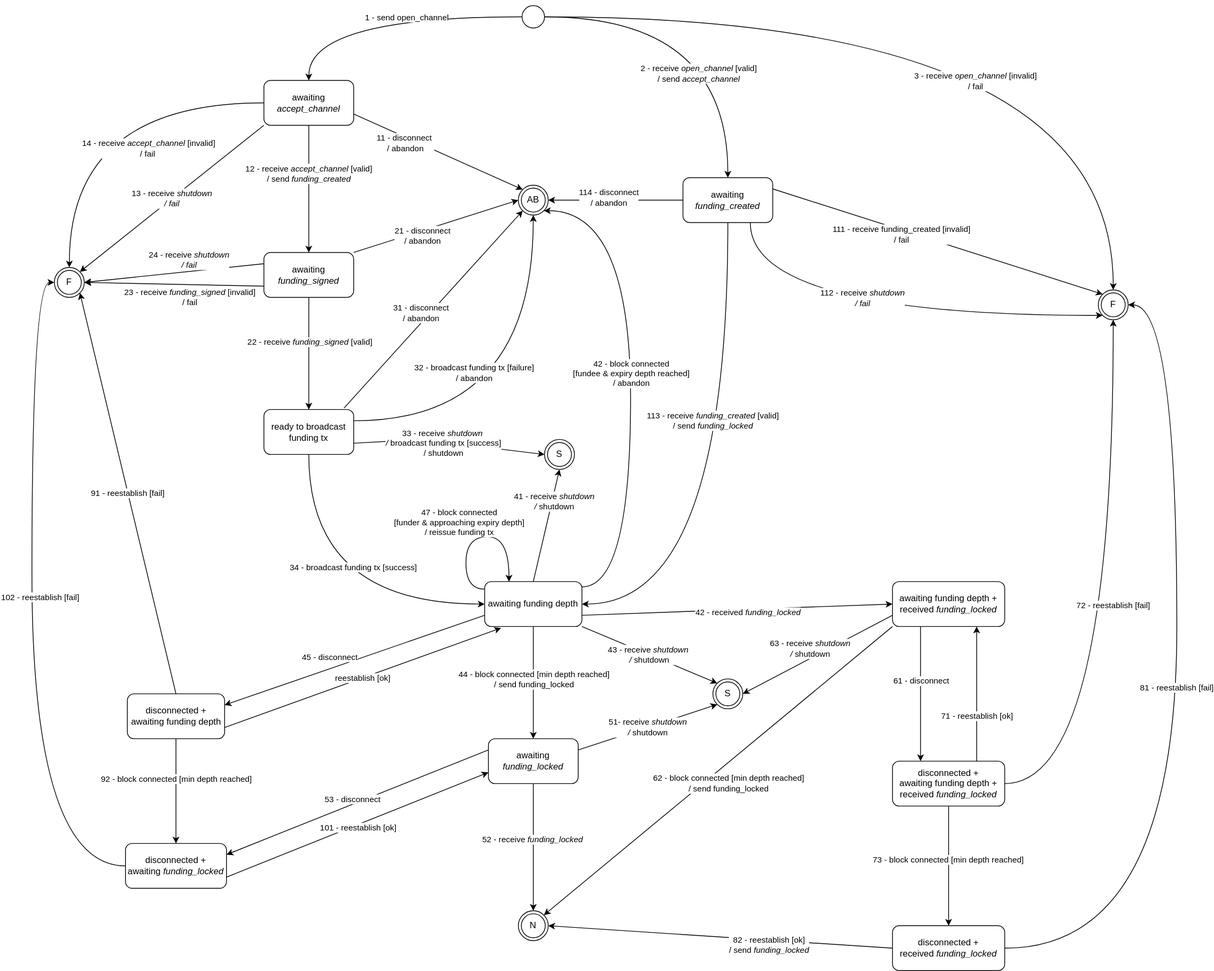
Above: docs/OpenChannel.svg in node-lightning/node-lightning (draw.io), before the change. Source tidied: cells renumbered, new cells last; positions are measured from the earlier drawing's top-left corner, leaving out a move shared by most shapes.
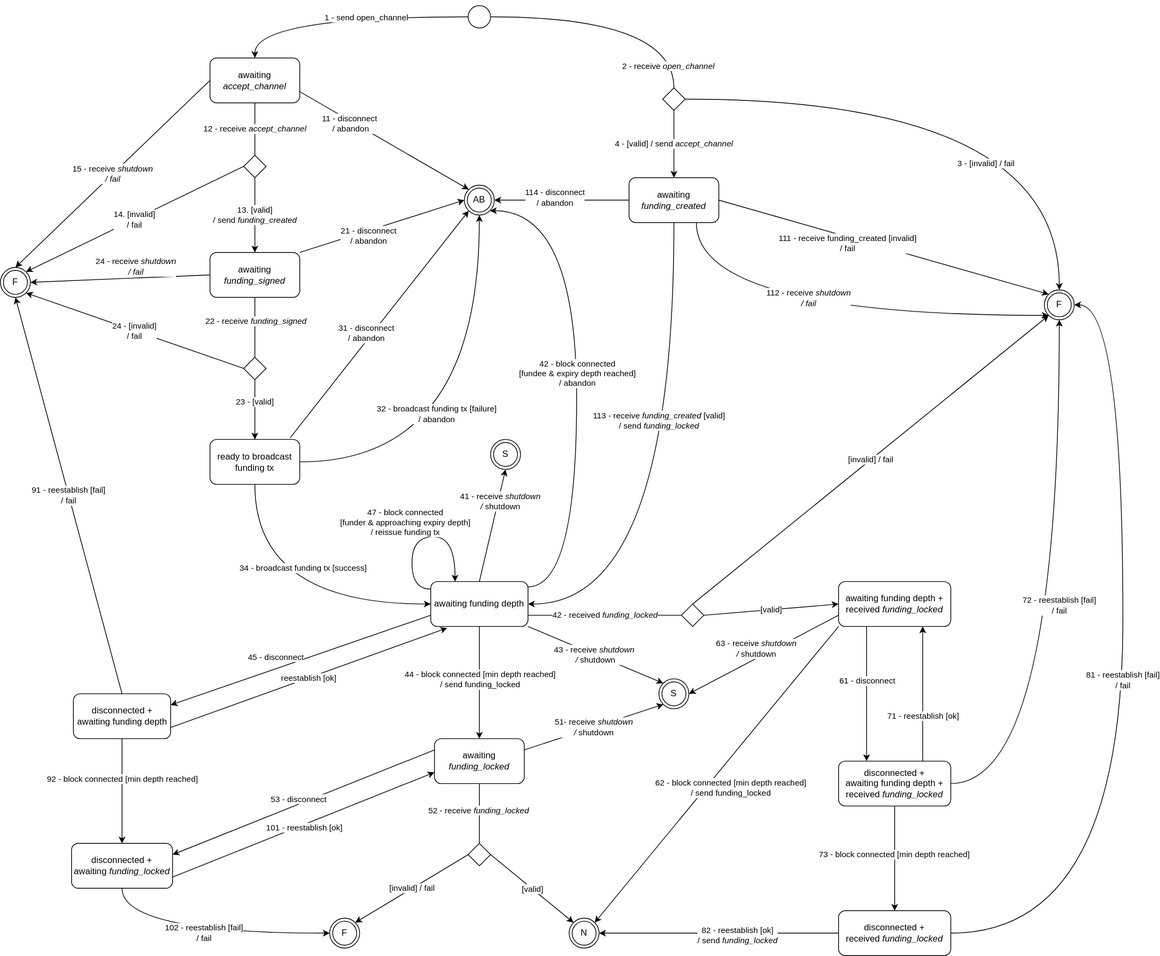
After the commit.

Commit message:
docs: explicit conditionals for open channel validation

This improves the layout of the open channel state machine by making
the message validation use conditional blocks.

This change improves the readibility of the transition description
readme by separating the validation logic from the subsequent results.

Diff of the diagram source:
```diff
@@ -12,14 +12,9 @@
     </mxCell>
-    <mxCell id="4" style="edgeStyle=orthogonalEdgeStyle;curved=1;jettySize=auto;html=1;exitX=1;exitY=0.5;exitDx=0;exitDy=0;entryX=0.5;entryY=0;entryDx=0;entryDy=0;" parent="1" edge="1" source="8" target="52">
+    <mxCell id="4" value="4 - [valid] / send&amp;nbsp;&lt;i&gt;accept_channel&lt;/i&gt;" style="jettySize=auto;html=1;exitX=0.5;exitY=1;exitDx=0;exitDy=0;entryX=0.5;entryY=0;entryDx=0;entryDy=0;startArrow=none;" parent="1" edge="1" source="99" target="52">
       <mxGeometry relative="1" as="geometry" />
     </mxCell>
-    <mxCell id="5" value="2 - receive &lt;i&gt;open_channel &lt;/i&gt;[valid]&lt;br&gt;/ send &lt;i&gt;accept_channel&lt;/i&gt;" style="edgeLabel;html=1;align=center;verticalAlign=middle;" parent="4" vertex="1">
-      <mxGeometry x="-0.11" y="-11" relative="1" as="geometry">
-        <mxPoint y="64" as="offset" />
-      </mxGeometry>
-    </mxCell>
-    <mxCell id="6" style="edgeStyle=orthogonalEdgeStyle;curved=1;jettySize=auto;html=1;exitX=1;exitY=0.5;exitDx=0;exitDy=0;entryX=0.5;entryY=0;entryDx=0;entryDy=0;" parent="1" edge="1" source="8" target="56">
+    <mxCell id="6" style="edgeStyle=orthogonalEdgeStyle;curved=1;jettySize=auto;html=1;exitX=1;exitY=0.5;exitDx=0;exitDy=0;entryX=0.5;entryY=0;entryDx=0;entryDy=0;" parent="1" edge="1" source="99" target="56">
       <mxGeometry relative="1" as="geometry">
         <Array as="points">
-          <mxPoint x="1445" y="15" />
+          <mxPoint x="1445" y="125" />
         </Array>
@@ -27,3 +22,3 @@
     </mxCell>
-    <mxCell id="7" value="3 - receive &lt;i&gt;open_channel&lt;/i&gt; [invalid]&lt;br&gt;/ fail" style="edgeLabel;html=1;align=center;verticalAlign=middle;" parent="6" vertex="1">
+    <mxCell id="7" value="3 - [invalid] / fail" style="edgeLabel;html=1;align=center;verticalAlign=middle;" parent="6" vertex="1">
       <mxGeometry x="-0.06" y="-1" relative="1" as="geometry">
@@ -35,10 +30,5 @@
     </mxCell>
-    <mxCell id="9" style="edgeStyle=orthogonalEdgeStyle;rounded=0;jettySize=auto;html=1;entryX=0.5;entryY=0;entryDx=0;entryDy=0;curved=1;exitX=0;exitY=0.5;exitDx=0;exitDy=0;" parent="1" edge="1" source="14" target="54">
+    <mxCell id="9" value="14. [invalid]&lt;br&gt;/ fail" style="rounded=0;jettySize=auto;html=1;entryX=1;entryY=0;entryDx=0;entryDy=0;exitX=0;exitY=0.5;exitDx=0;exitDy=0;" parent="1" edge="1" source="94" target="54">
       <mxGeometry relative="1" as="geometry" />
     </mxCell>
-    <mxCell id="10" value="14 - receive &lt;i&gt;accept_channel&amp;nbsp;&lt;/i&gt;[invalid] &lt;br&gt;/ fail&amp;nbsp;" style="edgeLabel;html=1;align=center;verticalAlign=middle;" parent="9" vertex="1">
-      <mxGeometry x="-0.53" y="2" relative="1" as="geometry">
-        <mxPoint x="-42" y="58" as="offset" />
-      </mxGeometry>
-    </mxCell>
     <mxCell id="11" style="rounded=0;jettySize=auto;html=1;exitX=1;exitY=0.75;exitDx=0;exitDy=0;entryX=0;entryY=0;entryDx=0;entryDy=0;" parent="1" edge="1" source="14" target="55">
@@ -51,24 +41,18 @@
     </mxCell>
-    <mxCell id="13" value="13 - receive &lt;i&gt;shutdown&lt;br&gt;/ fail&lt;br&gt;&lt;/i&gt;" style="rounded=0;jettySize=auto;html=1;exitX=0;exitY=1;exitDx=0;exitDy=0;entryX=1;entryY=0;entryDx=0;entryDy=0;" parent="1" edge="1" source="14" target="54">
-      <mxGeometry relative="1" as="geometry" />
+    <mxCell id="13" value="15 - receive &lt;i&gt;shutdown&lt;br&gt;/ fail&lt;br&gt;&lt;/i&gt;" style="rounded=0;jettySize=auto;html=1;exitX=0;exitY=0.5;exitDx=0;exitDy=0;" parent="1" edge="1" source="14">
+      <mxGeometry relative="1" as="geometry">
+        <mxPoint x="50" y="350" as="targetPoint" />
+      </mxGeometry>
     </mxCell>
     <mxCell id="14" value="awaiting &lt;i&gt;accept_channel&lt;/i&gt;" style="rounded=1;whiteSpace=wrap;html=1;" parent="1" vertex="1">
-      <mxGeometry x="310" y="100" width="120" height="60" as="geometry" />
+      <mxGeometry x="310" y="70" width="120" height="60" as="geometry" />
     </mxCell>
-    <mxCell id="15" style="edgeStyle=orthogonalEdgeStyle;rounded=0;jettySize=auto;html=1;exitX=0.5;exitY=1;exitDx=0;exitDy=0;curved=1;" parent="1" edge="1" source="14" target="24">
+    <mxCell id="15" value="13. [valid]&lt;br&gt;/ send&amp;nbsp;&lt;i&gt;funding_created&lt;/i&gt;" style="edgeStyle=orthogonalEdgeStyle;rounded=0;jettySize=auto;html=1;exitX=0.5;exitY=1;exitDx=0;exitDy=0;curved=1;startArrow=none;" parent="1" edge="1" source="94" target="24">
       <mxGeometry relative="1" as="geometry" />
     </mxCell>
-    <mxCell id="16" value="12 - receive &lt;i&gt;accept_channel&amp;nbsp;&lt;/i&gt;[valid]&lt;br&gt;/ send &lt;i&gt;funding_created&lt;/i&gt;" style="edgeLabel;html=1;align=center;verticalAlign=middle;" parent="15" vertex="1">
-      <mxGeometry x="-0.24" y="-1" relative="1" as="geometry" />
-    </mxCell>
-    <mxCell id="17" style="rounded=0;jettySize=auto;html=1;exitX=0;exitY=0.75;exitDx=0;exitDy=0;entryX=1;entryY=0.5;entryDx=0;entryDy=0;" parent="1" edge="1" source="24" target="54">
+    <mxCell id="17" value="24 - [invalid]&lt;br&gt;/ fail" style="rounded=0;jettySize=auto;html=1;exitX=0;exitY=0.5;exitDx=0;exitDy=0;entryX=1;entryY=1;entryDx=0;entryDy=0;" parent="1" edge="1" source="96" target="54">
       <mxGeometry relative="1" as="geometry" />
     </mxCell>
-    <mxCell id="18" value="23 - receive &lt;i&gt;funding_signed&lt;/i&gt; [invalid]&lt;br&gt;/ fail" style="edgeLabel;html=1;align=center;verticalAlign=middle;" parent="17" vertex="1">
-      <mxGeometry x="-0.14" y="-2" relative="1" as="geometry">
-        <mxPoint x="4" y="19" as="offset" />
-      </mxGeometry>
-    </mxCell>
-    <mxCell id="19" style="edgeStyle=orthogonalEdgeStyle;curved=1;jettySize=auto;html=1;exitX=0.5;exitY=1;exitDx=0;exitDy=0;entryX=0.5;entryY=0;entryDx=0;entryDy=0;" parent="1" edge="1" source="24" target="32">
-      <mxGeometry relative="1" as="geometry">
+    <mxCell id="19" value="23 - [valid]" style="edgeStyle=orthogonalEdgeStyle;curved=1;jettySize=auto;html=1;exitX=0.5;exitY=1;exitDx=0;exitDy=0;entryX=0.5;entryY=0;entryDx=0;entryDy=0;startArrow=none;" parent="1" edge="1" source="96" target="32">
+      <mxGeometry x="0.38" relative="1" as="geometry">
         <Array as="points">
@@ -79,5 +63,2 @@
     </mxCell>
-    <mxCell id="20" value="22 - receive &lt;i&gt;funding_signed&lt;/i&gt; [valid]&amp;nbsp;" style="edgeLabel;html=1;align=center;verticalAlign=middle;" parent="19" vertex="1">
-      <mxGeometry x="-0.21" y="2" relative="1" as="geometry" />
-    </mxCell>
     <mxCell id="21" style="jettySize=auto;html=1;exitX=1;exitY=0;exitDx=0;exitDy=0;entryX=0;entryY=0.5;entryDx=0;entryDy=0;" parent="1" edge="1" source="24" target="55">
@@ -90,5 +71,4 @@
     </mxCell>
-    <mxCell id="23" value="24 - receive &lt;i&gt;shutdown &lt;br&gt;/ fail&lt;/i&gt;" style="edgeStyle=none;rounded=0;orthogonalLoop=1;jettySize=auto;html=1;exitX=0;exitY=0.25;exitDx=0;exitDy=0;" parent="1" edge="1">
+    <mxCell id="23" value="24 - receive &lt;i&gt;shutdown &lt;br&gt;/ fail&lt;/i&gt;" style="edgeStyle=none;rounded=0;jettySize=auto;html=1;exitX=0;exitY=0.5;exitDx=0;exitDy=0;" parent="1" edge="1" source="24">
       <mxGeometry x="-0.18" y="-15" relative="1" as="geometry">
-        <mxPoint x="310" y="345" as="sourcePoint" />
         <mxPoint x="70" y="370" as="targetPoint" />
@@ -119,11 +99,3 @@
     </mxCell>
-    <mxCell id="29" value="33 - receive&amp;nbsp;&lt;i&gt;shutdown&amp;nbsp;&lt;br&gt;/ &lt;/i&gt;broadcast funding tx [success]&lt;br&gt;/ shutdown" style="edgeStyle=none;rounded=0;jettySize=auto;html=1;entryX=0;entryY=0.5;entryDx=0;entryDy=0;exitX=1;exitY=0.75;exitDx=0;exitDy=0;" parent="1" edge="1" source="32" target="91">
-      <mxGeometry x="-0.06" y="-1" relative="1" as="geometry">
-        <Array as="points">
-          <mxPoint x="520" y="580" />
-        </Array>
-        <mxPoint x="-1" as="offset" />
-      </mxGeometry>
-    </mxCell>
-    <mxCell id="30" style="edgeStyle=orthogonalEdgeStyle;rounded=0;jettySize=auto;html=1;entryX=0.5;entryY=1;entryDx=0;entryDy=0;curved=1;exitX=1;exitY=0.25;exitDx=0;exitDy=0;" parent="1" edge="1" source="32" target="55">
+    <mxCell id="30" style="edgeStyle=orthogonalEdgeStyle;rounded=0;jettySize=auto;html=1;entryX=0.5;entryY=1;entryDx=0;entryDy=0;curved=1;exitX=1;exitY=0.5;exitDx=0;exitDy=0;" parent="1" edge="1" source="32" target="55">
       <mxGeometry relative="1" as="geometry" />
@@ -136,3 +108,3 @@
     <mxCell id="32" value="ready to broadcast funding tx" style="whiteSpace=wrap;html=1;rounded=1;" parent="1" vertex="1">
-      <mxGeometry x="310" y="540" width="120" height="60" as="geometry" />
+      <mxGeometry x="310" y="580" width="120" height="60" as="geometry" />
     </mxCell>
@@ -167,8 +139,5 @@
     </mxCell>
-    <mxCell id="39" style="edgeStyle=none;jettySize=auto;html=1;exitX=1;exitY=0.75;exitDx=0;exitDy=0;entryX=0;entryY=0.5;entryDx=0;entryDy=0;elbow=vertical;" parent="1" edge="1" source="44" target="77">
+    <mxCell id="39" value="[valid]" style="edgeStyle=none;jettySize=auto;html=1;exitX=1;exitY=0.5;exitDx=0;exitDy=0;entryX=0;entryY=0.5;entryDx=0;entryDy=0;elbow=vertical;startArrow=none;" parent="1" edge="1" source="106" target="77">
       <mxGeometry relative="1" as="geometry" />
     </mxCell>
-    <mxCell id="40" value="42 - received &lt;i&gt;funding_locked&lt;/i&gt;" style="edgeLabel;html=1;align=center;verticalAlign=middle;" parent="39" vertex="1">
-      <mxGeometry x="0.07" y="-4" relative="1" as="geometry" />
-    </mxCell>
     <mxCell id="41" style="rounded=0;jettySize=auto;html=1;exitX=0.5;exitY=0;exitDx=0;exitDy=0;entryX=0.5;entryY=1;entryDx=0;entryDy=0;" parent="1" edge="1" source="44" target="91">
@@ -185,3 +154,3 @@
     </mxCell>
-    <mxCell id="45" style="jettySize=auto;html=1;entryX=0;entryY=0;entryDx=0;entryDy=0;elbow=vertical;exitX=1;exitY=0.25;exitDx=0;exitDy=0;" parent="1" edge="1" source="52" target="56">
+    <mxCell id="45" style="jettySize=auto;html=1;entryX=0;entryY=0;entryDx=0;entryDy=0;elbow=vertical;exitX=1;exitY=0.5;exitDx=0;exitDy=0;" parent="1" edge="1" source="52" target="56">
       <mxGeometry relative="1" as="geometry" />
@@ -241,8 +210,5 @@
     </mxCell>
-    <mxCell id="59" style="edgeStyle=none;jettySize=auto;html=1;exitX=0.5;exitY=1;exitDx=0;exitDy=0;entryX=0.5;entryY=0;entryDx=0;entryDy=0;elbow=vertical;" parent="1" edge="1" source="62" target="68">
+    <mxCell id="59" value="[valid]" style="edgeStyle=none;jettySize=auto;html=1;exitX=1;exitY=0.5;exitDx=0;exitDy=0;entryX=0;entryY=0;entryDx=0;entryDy=0;elbow=vertical;startArrow=none;" parent="1" edge="1" source="102" target="68">
       <mxGeometry relative="1" as="geometry" />
     </mxCell>
-    <mxCell id="60" value="52 - receive &lt;i&gt;funding_locked&lt;/i&gt;" style="edgeLabel;html=1;align=center;verticalAlign=middle;" parent="59" vertex="1">
-      <mxGeometry x="-0.13" y="-2" relative="1" as="geometry" />
-    </mxCell>
     <mxCell id="61" value="51- receive &lt;i&gt;shutdown&lt;br&gt;/ &lt;/i&gt;shutdown" style="rounded=0;jettySize=auto;html=1;exitX=1;exitY=0.25;exitDx=0;exitDy=0;entryX=0;entryY=1;entryDx=0;entryDy=0;" parent="1" edge="1" source="62" target="92">
@@ -250,2 +216,5 @@
     </mxCell>
+    <mxCell id="93" value="[invalid] / fail" style="edgeStyle=none;rounded=0;jettySize=auto;html=1;exitX=0;exitY=0.5;exitDx=0;exitDy=0;entryX=1;entryY=0;entryDx=0;entryDy=0;" parent="1" edge="1" source="102" target="104">
+      <mxGeometry relative="1" as="geometry" />
+    </mxCell>
     <mxCell id="62" value="awaiting &lt;i&gt;funding_locked&lt;/i&gt;" style="whiteSpace=wrap;html=1;rounded=1;" parent="1" vertex="1">
@@ -262,3 +231,3 @@
     </mxCell>
-    <mxCell id="66" value="91 - reestablish [fail]" style="edgeStyle=none;rounded=0;jettySize=auto;html=1;exitX=0.5;exitY=0;exitDx=0;exitDy=0;entryX=1;entryY=1;entryDx=0;entryDy=0;endArrow=classic;endFill=1;" parent="1" edge="1" source="67" target="54">
+    <mxCell id="66" value="91 - reestablish [fail]&lt;br&gt;/ fail" style="edgeStyle=none;rounded=0;jettySize=auto;html=1;exitX=0.5;exitY=0;exitDx=0;exitDy=0;entryX=0.5;entryY=1;entryDx=0;entryDy=0;endArrow=classic;endFill=1;" parent="1" edge="1" source="67" target="54">
       <mxGeometry relative="1" as="geometry" />
@@ -269,3 +238,3 @@
     <mxCell id="68" value="N" style="ellipse;shape=doubleEllipse;whiteSpace=wrap;html=1;" parent="1" vertex="1">
-      <mxGeometry x="650" y="1210" width="40" height="40" as="geometry" />
+      <mxGeometry x="790" y="1220" width="40" height="40" as="geometry" />
     </mxCell>
@@ -317,3 +286,3 @@
     <mxCell id="82" value="disconnected +&lt;br&gt;received &lt;i&gt;funding_locked&lt;/i&gt;" style="rounded=1;whiteSpace=wrap;html=1;" parent="1" vertex="1">
-      <mxGeometry x="1150" y="1230" width="150" height="60" as="geometry" />
+      <mxGeometry x="1150" y="1210" width="150" height="60" as="geometry" />
     </mxCell>
@@ -333,16 +302,11 @@
     </mxCell>
-    <mxCell id="85" style="edgeStyle=orthogonalEdgeStyle;jettySize=auto;html=1;exitX=0;exitY=0.5;exitDx=0;exitDy=0;entryX=0;entryY=0.5;entryDx=0;entryDy=0;elbow=vertical;curved=1;" parent="1" edge="1" source="71" target="54">
-      <mxGeometry relative="1" as="geometry">
+    <mxCell id="85" value="102 - reestablish [fail]&lt;br&gt;/ fail" style="edgeStyle=orthogonalEdgeStyle;jettySize=auto;html=1;exitX=0.5;exitY=1;exitDx=0;exitDy=0;entryX=0;entryY=0.5;entryDx=0;entryDy=0;elbow=vertical;curved=1;" parent="1" edge="1" source="71" target="104">
+      <mxGeometry x="-0.01" relative="1" as="geometry">
         <Array as="points">
-          <mxPoint y="1150" />
-          <mxPoint y="370" />
+          <mxPoint x="193" y="1240" />
         </Array>
+        <mxPoint x="1" as="offset" />
       </mxGeometry>
     </mxCell>
-    <mxCell id="86" value="102 - reestablish [fail]" style="edgeLabel;html=1;align=center;verticalAlign=middle;" parent="85" vertex="1">
-      <mxGeometry x="-0.53" y="-19" relative="1" as="geometry">
-        <mxPoint x="-9" y="-267" as="offset" />
-      </mxGeometry>
-    </mxCell>
-    <mxCell id="87" value="72 - reestablish [fail]" style="edgeStyle=orthogonalEdgeStyle;jettySize=auto;html=1;exitX=1;exitY=0.5;exitDx=0;exitDy=0;entryX=0.5;entryY=1;entryDx=0;entryDy=0;elbow=vertical;curved=1;" parent="1" edge="1" source="81" target="56">
+    <mxCell id="87" value="72 - reestablish [fail]&lt;br&gt;/ fail" style="edgeStyle=orthogonalEdgeStyle;jettySize=auto;html=1;exitX=1;exitY=0.5;exitDx=0;exitDy=0;entryX=0.5;entryY=1;entryDx=0;entryDy=0;elbow=vertical;curved=1;" parent="1" edge="1" source="81" target="56">
       <mxGeometry relative="1" as="geometry" />
@@ -357,6 +321,6 @@
     </mxCell>
-    <mxCell id="90" value="81 - reestablish [fail]" style="jettySize=auto;html=1;exitX=1;exitY=0.5;exitDx=0;exitDy=0;elbow=vertical;entryX=1;entryY=0.5;entryDx=0;entryDy=0;edgeStyle=orthogonalEdgeStyle;curved=1;" parent="1" edge="1" source="82" target="56">
+    <mxCell id="90" value="81 - reestablish [fail]&lt;br&gt;/ fail" style="jettySize=auto;html=1;exitX=1;exitY=0.5;exitDx=0;exitDy=0;elbow=vertical;entryX=1;entryY=0.5;entryDx=0;entryDy=0;edgeStyle=orthogonalEdgeStyle;curved=1;" parent="1" edge="1" source="82" target="56">
       <mxGeometry relative="1" as="geometry">
         <Array as="points">
-          <mxPoint x="1530" y="1260" />
+          <mxPoint x="1530" y="1240" />
           <mxPoint x="1530" y="400" />
@@ -371,2 +335,47 @@
     </mxCell>
+    <mxCell id="94" style="rhombus;whiteSpace=wrap;html=1;" parent="1" vertex="1">
+      <mxGeometry x="355" y="200" width="30" height="30" as="geometry" />
+    </mxCell>
+    <mxCell id="95" value="12 - receive &lt;i&gt;accept_channel&lt;/i&gt;" style="edgeStyle=orthogonalEdgeStyle;rounded=0;jettySize=auto;html=1;exitX=0.5;exitY=1;exitDx=0;exitDy=0;curved=1;endArrow=none;" parent="1" edge="1" source="14" target="94">
+      <mxGeometry relative="1" as="geometry" />
+    </mxCell>
+    <mxCell id="96" style="rhombus;whiteSpace=wrap;html=1;" parent="1" vertex="1">
+      <mxGeometry x="355" y="470" width="30" height="30" as="geometry" />
+    </mxCell>
+    <mxCell id="97" style="edgeStyle=orthogonalEdgeStyle;curved=1;jettySize=auto;html=1;exitX=0.5;exitY=1;exitDx=0;exitDy=0;entryX=0.5;entryY=0;entryDx=0;entryDy=0;endArrow=none;" parent="1" edge="1" source="24" target="96">
+      <mxGeometry relative="1" as="geometry" />
+    </mxCell>
+    <mxCell id="98" value="22 - receive &lt;i&gt;funding_signed&lt;/i&gt;&amp;nbsp;" style="edgeLabel;html=1;align=center;verticalAlign=middle;" parent="97" vertex="1">
+      <mxGeometry x="-0.21" y="2" relative="1" as="geometry" />
+    </mxCell>
+    <mxCell id="99" style="rhombus;whiteSpace=wrap;html=1;" parent="1" vertex="1">
+      <mxGeometry x="915" y="110" width="30" height="30" as="geometry" />
+    </mxCell>
+    <mxCell id="100" style="edgeStyle=orthogonalEdgeStyle;curved=1;jettySize=auto;html=1;exitX=1;exitY=0.5;exitDx=0;exitDy=0;entryX=0.5;entryY=0;entryDx=0;entryDy=0;endArrow=none;" parent="1" edge="1" source="8" target="99">
+      <mxGeometry relative="1" as="geometry" />
+    </mxCell>
+    <mxCell id="101" value="2 - receive&amp;nbsp;&lt;i&gt;open_channel&amp;nbsp;&lt;/i&gt;" style="edgeLabel;html=1;align=center;verticalAlign=middle;" parent="100" vertex="1">
+      <mxGeometry x="0.83" y="-7" relative="1" as="geometry" />
+    </mxCell>
+    <mxCell id="102" style="rhombus;whiteSpace=wrap;html=1;" parent="1" vertex="1">
+      <mxGeometry x="655" y="1120" width="30" height="30" as="geometry" />
+    </mxCell>
+    <mxCell id="103" style="edgeStyle=none;jettySize=auto;html=1;exitX=0.5;exitY=1;exitDx=0;exitDy=0;entryX=0.5;entryY=0;entryDx=0;entryDy=0;elbow=vertical;endArrow=none;" parent="1" edge="1" source="62" target="102">
+      <mxGeometry relative="1" as="geometry" />
+    </mxCell>
+    <mxCell id="60" value="52 - receive &lt;i&gt;funding_locked&lt;/i&gt;" style="edgeLabel;html=1;align=center;verticalAlign=middle;" parent="103" vertex="1">
+      <mxGeometry x="-0.13" y="-2" relative="1" as="geometry" />
+    </mxCell>
+    <mxCell id="104" value="F" style="ellipse;shape=doubleEllipse;whiteSpace=wrap;html=1;" parent="1" vertex="1">
+      <mxGeometry x="470" y="1220" width="40" height="40" as="geometry" />
+    </mxCell>
+    <mxCell id="105" value="[invalid] / fail" style="edgeStyle=none;rounded=0;jettySize=auto;html=1;exitX=0.5;exitY=0;exitDx=0;exitDy=0;entryX=0;entryY=1;entryDx=0;entryDy=0;" parent="1" edge="1" source="106" target="56">
+      <mxGeometry relative="1" as="geometry" />
+    </mxCell>
+    <mxCell id="106" style="rhombus;whiteSpace=wrap;html=1;" parent="1" vertex="1">
+      <mxGeometry x="940" y="800" width="30" height="30" as="geometry" />
+    </mxCell>
+    <mxCell id="40" value="42 - received&amp;nbsp;&lt;i&gt;funding_locked&lt;/i&gt;" style="edgeStyle=none;jettySize=auto;html=1;exitX=1;exitY=0.75;exitDx=0;exitDy=0;entryX=0;entryY=0.5;entryDx=0;entryDy=0;elbow=vertical;endArrow=none;" parent="1" edge="1" source="44" target="106">
+      <mxGeometry relative="1" as="geometry" />
+    </mxCell>
   </root>
```
